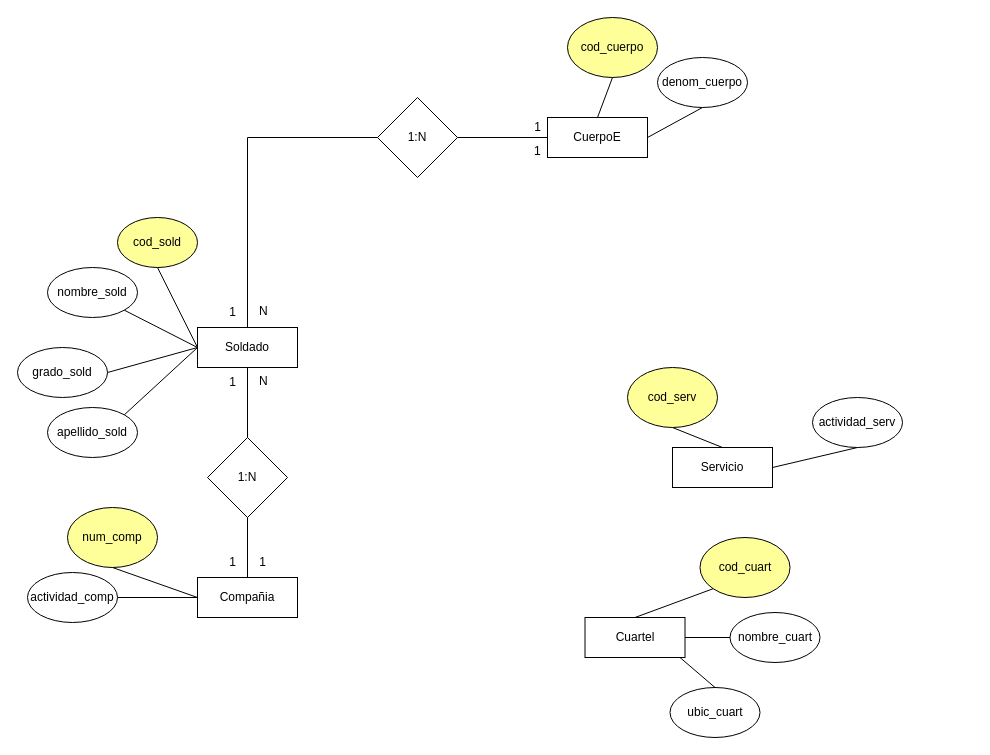
Above: BBDD/EntidadRelacion/Untitled Diagram.drawio in coscristian/Ciclo-2---MinTic (draw.io), before the change. Source tidied: cells renumbered, new cells numbered last; positions are measured from the earlier drawing's top-left corner, leaving out a move shared by most shapes. Both pictures are drawn from the tidied source at 100%, with x=0, y=0 at pixel (17, 17).
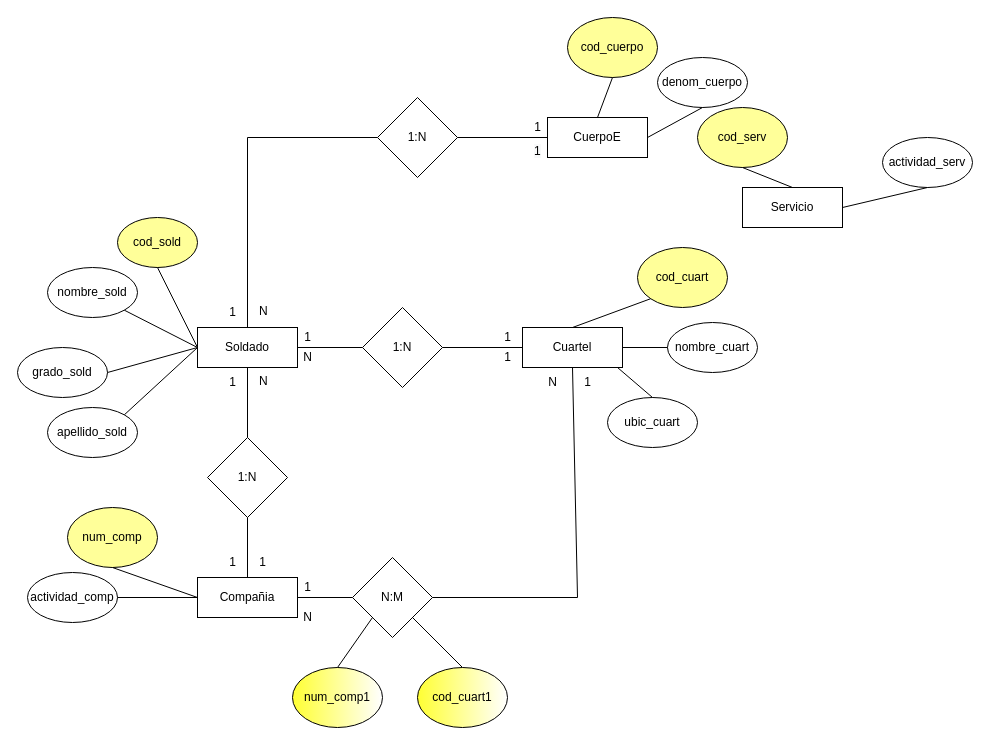
The same diagram, later.

Commit message:
Commit avance relaciones

Unchanged cells that the change refers to:
```xml
<mxCell id="4" value="Soldado" style="whiteSpace=wrap;html=1;align=center;" parent="1" vertex="1">
  <mxGeometry x="180" y="310" width="100" height="40" as="geometry" />
</mxCell>
<mxCell id="5" value="Compañia" style="whiteSpace=wrap;html=1;align=center;" parent="1" vertex="1">
  <mxGeometry x="180" y="560" width="100" height="40" as="geometry" />
</mxCell>
```

The edit, as a diff of the source:
```diff
@@
     <mxCell id="2" value="Cuartel" style="whiteSpace=wrap;html=1;align=center;" parent="1" vertex="1">
-      <mxGeometry x="567.5" y="600" width="100" height="40" as="geometry" />
+      <mxGeometry x="505" y="310" width="100" height="40" as="geometry" />
     </mxCell>
@@
     <mxCell id="6" value="Servicio" style="whiteSpace=wrap;html=1;align=center;" parent="1" vertex="1">
-      <mxGeometry x="655" y="430" width="100" height="40" as="geometry" />
+      <mxGeometry x="725" y="170" width="100" height="40" as="geometry" />
     </mxCell>
@@
     <mxCell id="9" value="cod_serv" style="ellipse;whiteSpace=wrap;html=1;fillColor=#FFFF99;" parent="1" vertex="1">
-      <mxGeometry x="610" y="350" width="90" height="60" as="geometry" />
+      <mxGeometry x="680" y="90" width="90" height="60" as="geometry" />
     </mxCell>
     <mxCell id="10" value="cod_cuart" style="ellipse;whiteSpace=wrap;html=1;fillColor=#FFFF99;" parent="1" vertex="1">
-      <mxGeometry x="682.5" y="520" width="90" height="60" as="geometry" />
+      <mxGeometry x="620" y="230" width="90" height="60" as="geometry" />
     </mxCell>
@@
     <mxCell id="18" value="nombre_cuart" style="ellipse;whiteSpace=wrap;html=1;fillColor=#FFFFFF;" parent="1" vertex="1">
-      <mxGeometry x="712.5" y="595" width="90" height="50" as="geometry" />
+      <mxGeometry x="650" y="305" width="90" height="50" as="geometry" />
     </mxCell>
     <mxCell id="19" value="ubic_cuart" style="ellipse;whiteSpace=wrap;html=1;fillColor=#FFFFFF;" parent="1" vertex="1">
-      <mxGeometry x="652.5" y="670" width="90" height="50" as="geometry" />
+      <mxGeometry x="590" y="380" width="90" height="50" as="geometry" />
     </mxCell>
@@
     <mxCell id="22" style="endArrow=none;html=1;rounded=0;entryX=0.5;entryY=0;entryDx=0;entryDy=0;" parent="1" edge="1" target="19">
       <mxGeometry relative="1" as="geometry">
-        <mxPoint x="662.5" y="640" as="sourcePoint" />
+        <mxPoint x="600" y="350" as="sourcePoint" />
       </mxGeometry>
     </mxCell>
@@
     <mxCell id="30" value="actividad_serv" style="ellipse;whiteSpace=wrap;html=1;fillColor=#FFFFFF;" parent="1" vertex="1">
-      <mxGeometry x="795" y="380" width="90" height="50" as="geometry" />
+      <mxGeometry x="865" y="120" width="90" height="50" as="geometry" />
     </mxCell>
@@
+    <mxCell id="47" value="N:M" style="rhombus;whiteSpace=wrap;html=1;fillColor=#FFFFFF;" parent="1" vertex="1">
+      <mxGeometry x="335" y="540" width="80" height="80" as="geometry" />
+    </mxCell>
+    <mxCell id="48" style="endArrow=none;html=1;rounded=0;exitX=1;exitY=0.5;exitDx=0;exitDy=0;entryX=0;entryY=0.5;entryDx=0;entryDy=0;" parent="1" edge="1" source="5" target="47">
+      <mxGeometry relative="1" as="geometry" />
+    </mxCell>
+    <mxCell id="49" style="endArrow=none;html=1;rounded=0;exitX=1;exitY=0.5;exitDx=0;exitDy=0;entryX=0.5;entryY=1;entryDx=0;entryDy=0;" parent="1" edge="1" source="47" target="2">
+      <mxGeometry relative="1" as="geometry">
+        <Array as="points">
+          <mxPoint x="560" y="580" />
+        </Array>
+      </mxGeometry>
+    </mxCell>
+    <mxCell id="50" value="1" style="text;html=1;align=center;verticalAlign=middle;strokeColor=none;fillColor=none;" parent="1" vertex="1">
+      <mxGeometry x="275" y="555" width="30" height="30" as="geometry" />
+    </mxCell>
+    <mxCell id="51" value="N" style="text;html=1;align=center;verticalAlign=middle;strokeColor=none;fillColor=none;" parent="1" vertex="1">
+      <mxGeometry x="520" y="350" width="30" height="30" as="geometry" />
+    </mxCell>
+    <mxCell id="52" value="1" style="text;html=1;align=center;verticalAlign=middle;strokeColor=none;fillColor=none;" parent="1" vertex="1">
+      <mxGeometry x="555" y="350" width="30" height="30" as="geometry" />
+    </mxCell>
+    <mxCell id="53" value="N" style="text;html=1;align=center;verticalAlign=middle;strokeColor=none;fillColor=none;" parent="1" vertex="1">
+      <mxGeometry x="275" y="585" width="30" height="30" as="geometry" />
+    </mxCell>
+    <mxCell id="54" value="num_comp1" style="ellipse;whiteSpace=wrap;html=1;fillColor=default;gradientColor=#FFFF33;gradientDirection=west;" parent="1" vertex="1">
+      <mxGeometry x="275" y="650" width="90" height="60" as="geometry" />
+    </mxCell>
+    <mxCell id="55" style="endArrow=none;html=1;rounded=0;exitX=0;exitY=1;exitDx=0;exitDy=0;entryX=0.5;entryY=0;entryDx=0;entryDy=0;" parent="1" edge="1" source="47" target="54">
+      <mxGeometry relative="1" as="geometry" />
+    </mxCell>
+    <mxCell id="56" style="endArrow=none;html=1;rounded=0;exitX=1;exitY=1;exitDx=0;exitDy=0;entryX=0.5;entryY=0;entryDx=0;entryDy=0;" parent="1" edge="1" source="47">
+      <mxGeometry relative="1" as="geometry">
+        <mxPoint x="445" y="650" as="targetPoint" />
+      </mxGeometry>
+    </mxCell>
+    <mxCell id="57" value="cod_cuart1" style="ellipse;whiteSpace=wrap;html=1;fillColor=default;gradientColor=#FFFF33;gradientDirection=west;" parent="1" vertex="1">
+      <mxGeometry x="400" y="650" width="90" height="60" as="geometry" />
+    </mxCell>
+    <mxCell id="58" value="1:N" style="rhombus;whiteSpace=wrap;html=1;fillColor=#FFFFFF;" parent="1" vertex="1">
+      <mxGeometry x="345" y="290" width="80" height="80" as="geometry" />
+    </mxCell>
+    <mxCell id="59" style="endArrow=none;html=1;rounded=0;exitX=1;exitY=0.5;exitDx=0;exitDy=0;entryX=0;entryY=0.5;entryDx=0;entryDy=0;" parent="1" edge="1" source="58" target="2">
+      <mxGeometry relative="1" as="geometry" />
+    </mxCell>
+    <mxCell id="60" style="endArrow=none;html=1;rounded=0;exitX=1;exitY=0.5;exitDx=0;exitDy=0;entryX=0;entryY=0.5;entryDx=0;entryDy=0;" parent="1" edge="1" source="4" target="58">
+      <mxGeometry relative="1" as="geometry" />
+    </mxCell>
+    <mxCell id="61" value="1" style="text;html=1;align=center;verticalAlign=middle;strokeColor=none;fillColor=none;" parent="1" vertex="1">
+      <mxGeometry x="275" y="305" width="30" height="30" as="geometry" />
+    </mxCell>
+    <mxCell id="62" value="1" style="text;html=1;align=center;verticalAlign=middle;strokeColor=none;fillColor=none;" parent="1" vertex="1">
+      <mxGeometry x="475" y="305" width="30" height="30" as="geometry" />
+    </mxCell>
+    <mxCell id="63" value="1" style="text;html=1;align=center;verticalAlign=middle;strokeColor=none;fillColor=none;" parent="1" vertex="1">
+      <mxGeometry x="475" y="325" width="30" height="30" as="geometry" />
+    </mxCell>
+    <mxCell id="64" value="N" style="text;html=1;align=center;verticalAlign=middle;strokeColor=none;fillColor=none;" parent="1" vertex="1">
+      <mxGeometry x="275" y="325" width="30" height="30" as="geometry" />
+    </mxCell>
```
